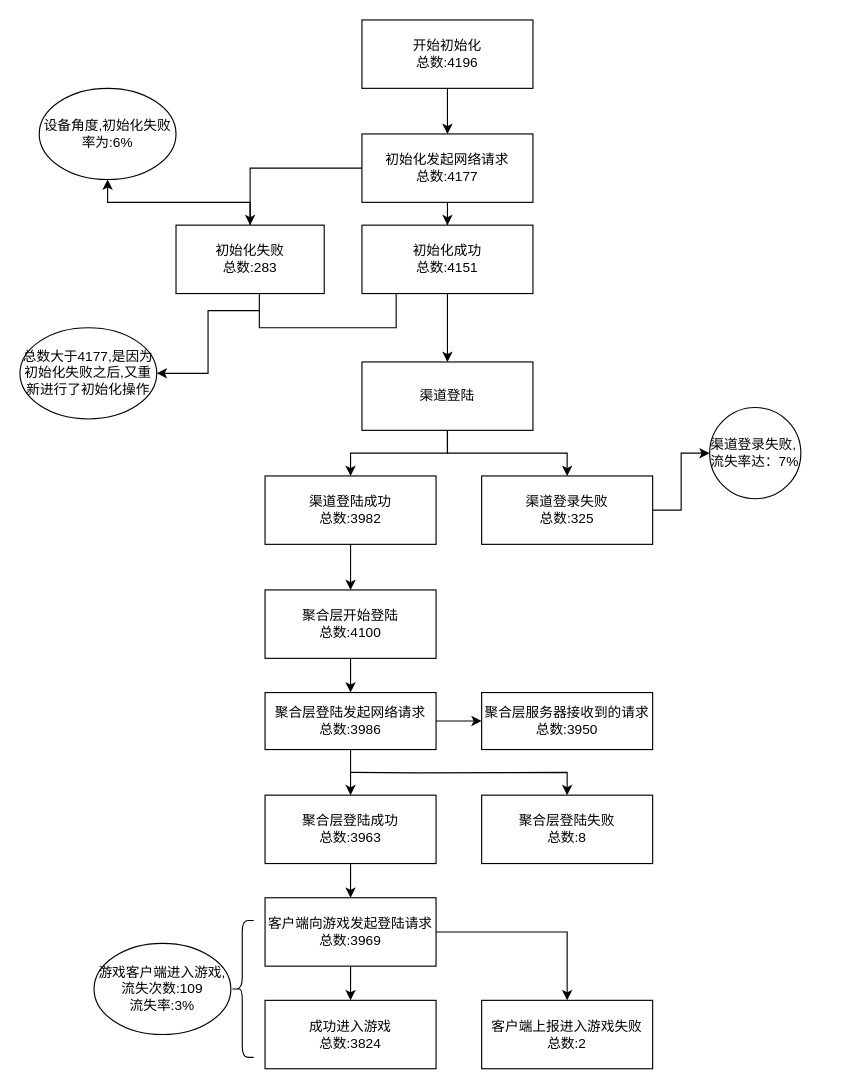
Earlier version of the draw.io diagram 爱丽丝的衣橱2021020212点设备去重(总).drawio (wushengqiang/mydoc). Source tidied: cells renumbered, new cells numbered last; positions are measured from the earlier drawing's top-left corner, leaving out a move shared by most shapes. Both pictures are drawn from the tidied source at 114%, with x=0, y=0 at pixel (19, 19).
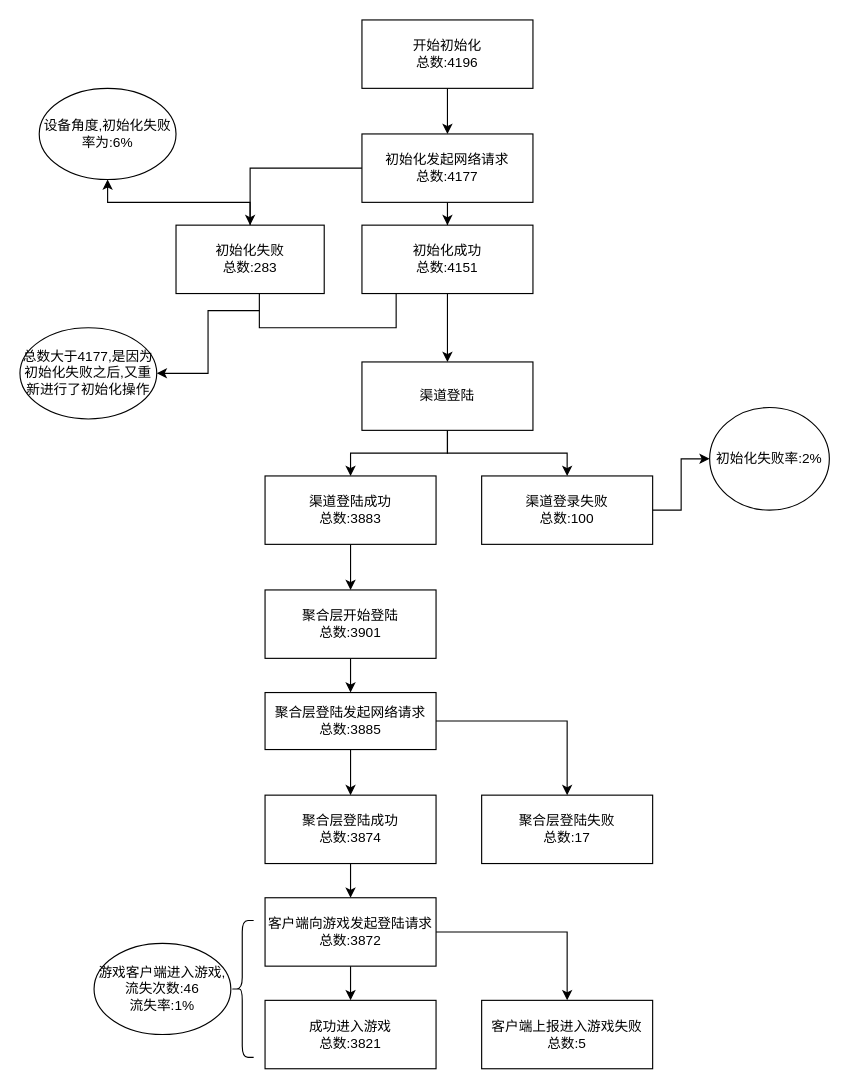
After the change.

Commit message (it also covers changes not shown here):
更新爱丽丝的衣橱2021020212点设备去重(总).drawio

Diff of the diagram source:
```diff
@@
-    <mxCell id="15" value="渠道登录失败&lt;br&gt;总数:325" style="rounded=0;whiteSpace=wrap;html=1;" parent="1" vertex="1">
+    <mxCell id="15" value="渠道登录失败&lt;br&gt;总数:100" style="rounded=0;whiteSpace=wrap;html=1;" parent="1" vertex="1">
       <mxGeometry x="405" y="400" width="150" height="60" as="geometry" />
     </mxCell>
@@
-    <mxCell id="17" value="渠道登陆成功&lt;br&gt;总数:3982" style="rounded=0;whiteSpace=wrap;html=1;" parent="1" vertex="1">
+    <mxCell id="17" value="渠道登陆成功&lt;br&gt;总数:3883" style="rounded=0;whiteSpace=wrap;html=1;" parent="1" vertex="1">
       <mxGeometry x="215" y="400" width="150" height="60" as="geometry" />
     </mxCell>
-    <mxCell id="18" value="&lt;div style=&quot;text-align: left&quot;&gt;渠道登录失败,流失率达：7%&lt;/div&gt;" style="ellipse;whiteSpace=wrap;html=1;" parent="1" vertex="1">
-      <mxGeometry x="605" y="340" width="80" height="80" as="geometry" />
+    <mxCell id="18" value="&lt;div style=&quot;text-align: left&quot;&gt;初始化失败率:2%&lt;/div&gt;" style="ellipse;whiteSpace=wrap;html=1;" parent="1" vertex="1">
+      <mxGeometry x="605" y="340" width="105" height="90" as="geometry" />
     </mxCell>
@@
-    <mxCell id="20" value="聚合层开始登陆&lt;br&gt;总数:4100" style="rounded=0;whiteSpace=wrap;html=1;" parent="1" vertex="1">
+    <mxCell id="20" value="聚合层开始登陆&lt;br&gt;总数:3901" style="rounded=0;whiteSpace=wrap;html=1;" parent="1" vertex="1">
       <mxGeometry x="215" y="500" width="150" height="60" as="geometry" />
     </mxCell>
@@
-    <mxCell id="22" style="edgeStyle=orthogonalEdgeStyle;rounded=0;jettySize=auto;html=1;" parent="1" edge="1" target="27">
-      <mxGeometry relative="1" as="geometry">
-        <mxPoint x="290" y="660" as="sourcePoint" />
-      </mxGeometry>
-    </mxCell>
-    <mxCell id="23" style="edgeStyle=orthogonalEdgeStyle;rounded=0;jettySize=auto;html=1;entryX=0;entryY=0.5;entryDx=0;entryDy=0;" parent="1" edge="1" source="24" target="28">
-      <mxGeometry relative="1" as="geometry" />
-    </mxCell>
+    <mxCell id="40" style="edgeStyle=orthogonalEdgeStyle;rounded=0;jettySize=auto;html=1;" parent="1" edge="1" source="24" target="27">
+      <mxGeometry relative="1" as="geometry" />
+    </mxCell>
-    <mxCell id="24" value="聚合层登陆发起网络请求&lt;br&gt;总数:3986" style="rounded=0;whiteSpace=wrap;html=1;" parent="1" vertex="1">
+    <mxCell id="24" value="聚合层登陆发起网络请求&lt;br&gt;总数:3885" style="rounded=0;whiteSpace=wrap;html=1;" parent="1" vertex="1">
       <mxGeometry x="215" y="590" width="150" height="50" as="geometry" />
     </mxCell>
@@
-    <mxCell id="26" value="聚合层登陆成功&lt;br&gt;总数:3963" style="rounded=0;whiteSpace=wrap;html=1;" parent="1" vertex="1">
+    <mxCell id="26" value="聚合层登陆成功&lt;br&gt;总数:3874" style="rounded=0;whiteSpace=wrap;html=1;" parent="1" vertex="1">
       <mxGeometry x="215" y="680" width="150" height="60" as="geometry" />
     </mxCell>
-    <mxCell id="27" value="聚合层登陆失败&lt;br&gt;总数:8" style="rounded=0;whiteSpace=wrap;html=1;" parent="1" vertex="1">
+    <mxCell id="27" value="聚合层登陆失败&lt;br&gt;总数:17" style="rounded=0;whiteSpace=wrap;html=1;" parent="1" vertex="1">
       <mxGeometry x="405" y="680" width="150" height="60" as="geometry" />
     </mxCell>
-    <mxCell id="28" value="聚合层服务器接收到的请求&lt;br&gt;总数:3950" style="rounded=0;whiteSpace=wrap;html=1;" parent="1" vertex="1">
-      <mxGeometry x="405" y="590" width="150" height="50" as="geometry" />
-    </mxCell>
@@
-    <mxCell id="31" value="客户端向游戏发起登陆请求&lt;br&gt;总数:3969" style="rounded=0;whiteSpace=wrap;html=1;" parent="1" vertex="1">
+    <mxCell id="31" value="客户端向游戏发起登陆请求&lt;br&gt;总数:3872" style="rounded=0;whiteSpace=wrap;html=1;" parent="1" vertex="1">
       <mxGeometry x="215" y="770" width="150" height="60" as="geometry" />
     </mxCell>
-    <mxCell id="32" value="成功进入游戏&lt;br&gt;总数:3824" style="rounded=0;whiteSpace=wrap;html=1;" parent="1" vertex="1">
+    <mxCell id="32" value="成功进入游戏&lt;br&gt;总数:3821" style="rounded=0;whiteSpace=wrap;html=1;" parent="1" vertex="1">
       <mxGeometry x="215" y="860" width="150" height="60" as="geometry" />
     </mxCell>
-    <mxCell id="33" value="客户端上报进入游戏失败&lt;br&gt;总数:2" style="rounded=0;whiteSpace=wrap;html=1;" parent="1" vertex="1">
+    <mxCell id="33" value="客户端上报进入游戏失败&lt;br&gt;总数:5" style="rounded=0;whiteSpace=wrap;html=1;" parent="1" vertex="1">
       <mxGeometry x="405" y="860" width="150" height="60" as="geometry" />
     </mxCell>
@@
-    <mxCell id="35" value="游戏客户端进入游戏,流失次数:109&lt;br&gt;流失率:3%" style="ellipse;whiteSpace=wrap;html=1;" parent="1" vertex="1">
+    <mxCell id="35" value="游戏客户端进入游戏,流失次数:46&lt;br&gt;流失率:1%" style="ellipse;whiteSpace=wrap;html=1;" parent="1" vertex="1">
       <mxGeometry x="65" y="810" width="120" height="80" as="geometry" />
     </mxCell>
```
